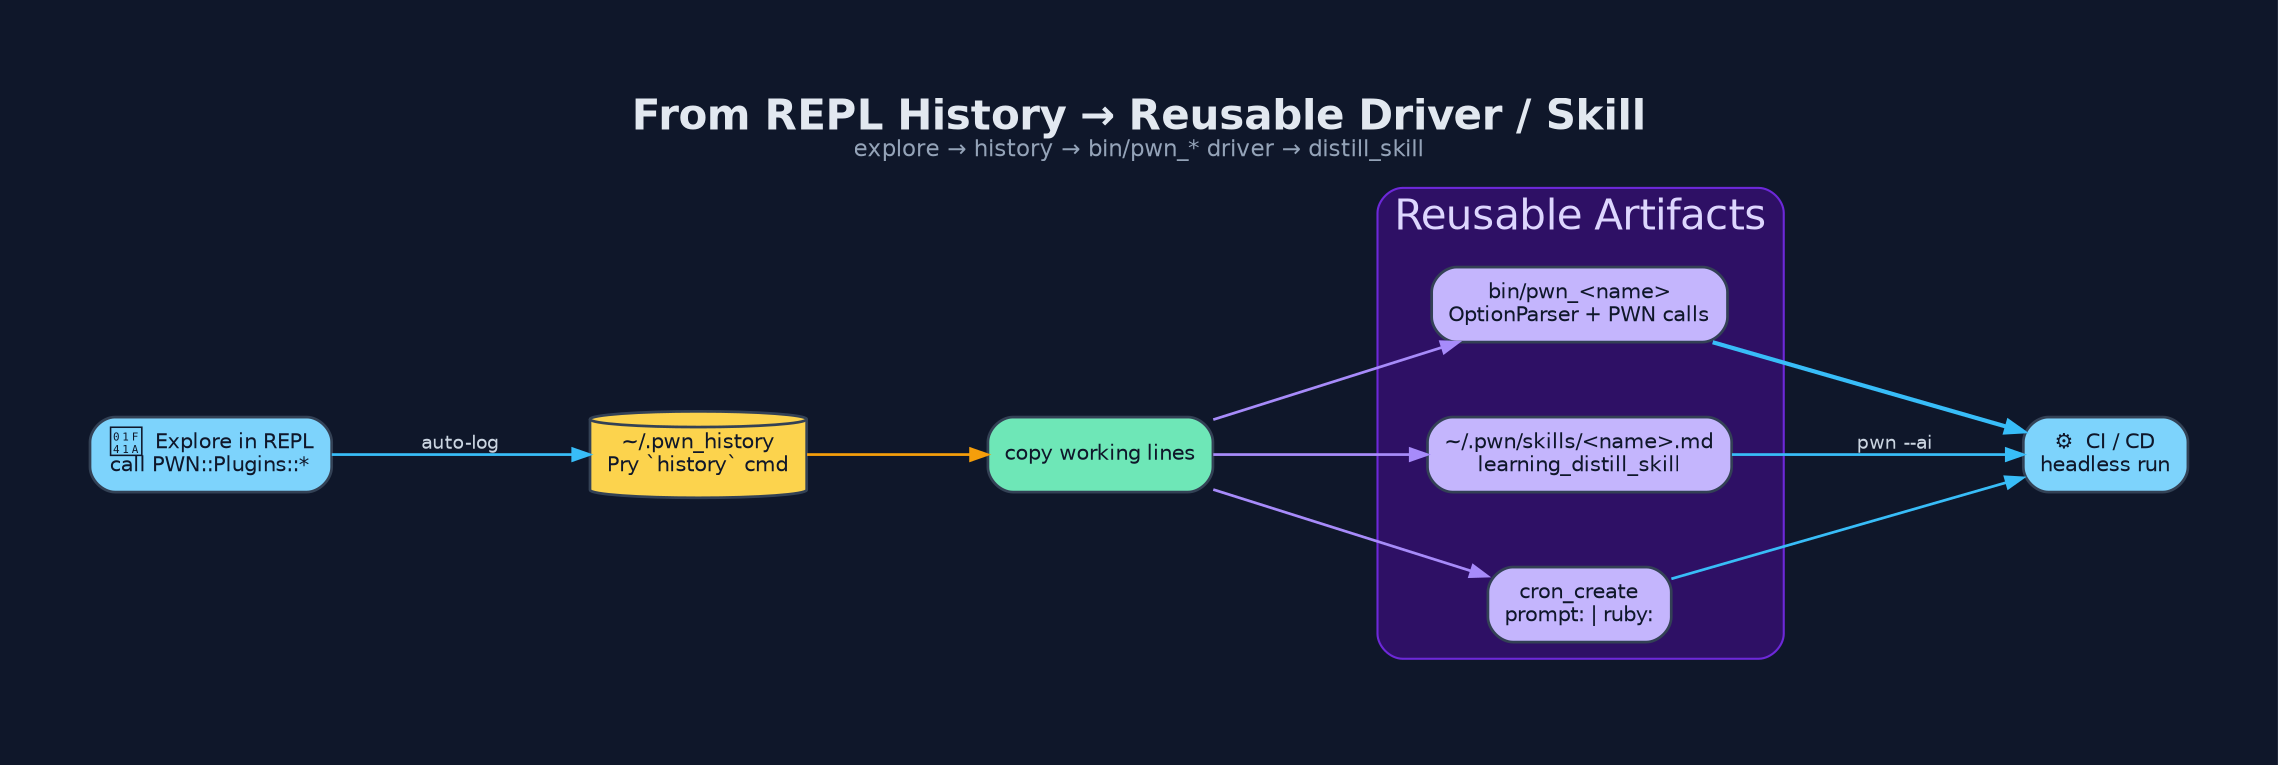
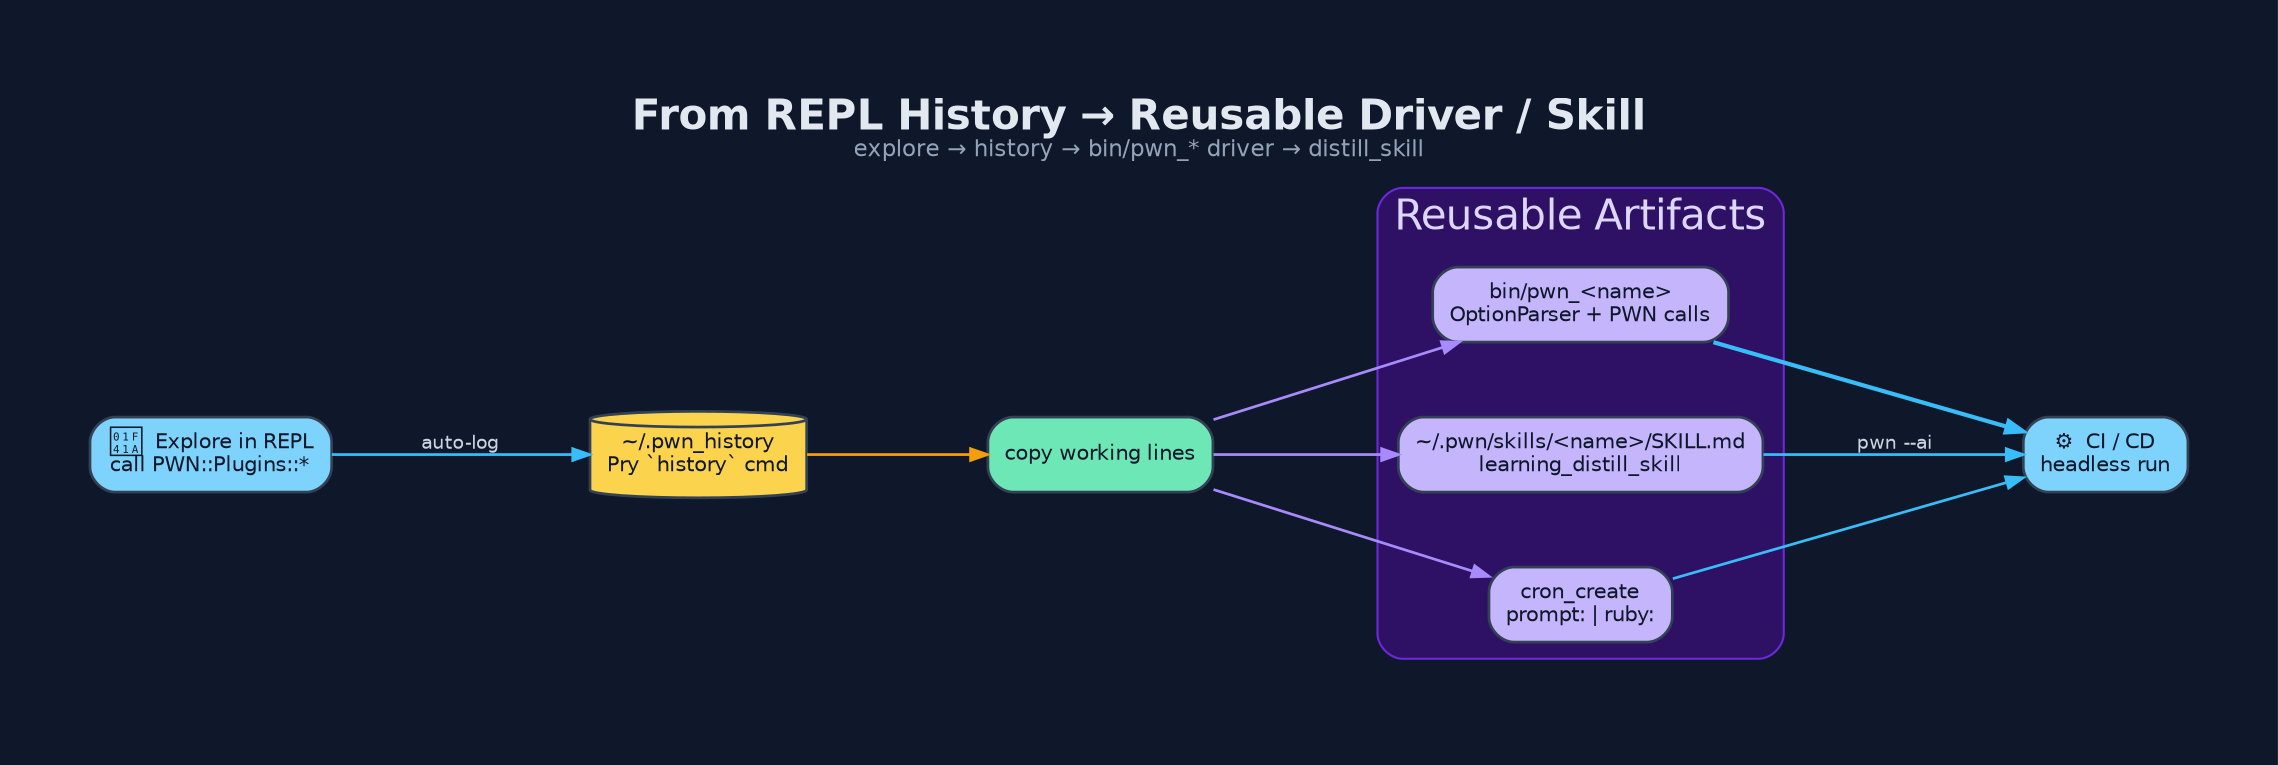
digraph "PWN_HistToDriver" {
  graph [
    label=<<B>From REPL History → Reusable Driver / Skill</B><BR/><FONT POINT-SIZE="11" COLOR="#94a3b8">explore → history → bin/pwn_* driver → distill_skill</FONT>>,
    labelloc=t, fontsize=20, fontname="Helvetica",
    rankdir=LR, splines=spline, nodesep=0.5, ranksep=1.2,
    bgcolor="#0f172a", fontcolor="#e2e8f0", pad=0.6, newrank=true
  ];
  node [fontname="Helvetica", fontsize=10, style="filled,rounded",
        shape=box, penwidth=1.3, color="#334155", fontcolor="#0f172a"];
  edge [fontname="Helvetica", fontsize=9, color="#94a3b8",
        fontcolor="#cbd5e1", penwidth=1.3, arrowsize=0.8];

  Explore [label="🐚  Explore in REPL\ncall PWN::Plugins::*", fillcolor="#7dd3fc"];
  Hist    [label="~/.pwn_history\nPry `history` cmd", shape=cylinder, fillcolor="#fcd34d"];
  Extract [label="copy working lines", fillcolor="#6ee7b7"];

  subgraph cluster_out {
    label="Reusable Artifacts"; fontcolor="#ddd6fe"; style=rounded;
    color="#6d28d9"; bgcolor="#2e1065";
    Driver [label="bin/pwn_<name>\nOptionParser + PWN calls", fillcolor="#c4b5fd"];
-     Skill  [label="~/.pwn/skills/<name>.md\nlearning_distill_skill",  fillcolor="#c4b5fd"];
+     Skill  [label="~/.pwn/skills/<name>/SKILL.md\nlearning_distill_skill",  fillcolor="#c4b5fd"];
    Cron   [label="cron_create\nprompt: | ruby:",              fillcolor="#c4b5fd"];
  }
  CI [label="⚙️  CI / CD\nheadless run", fillcolor="#7dd3fc"];

  Explore -> Hist    [label="auto-log", color="#38bdf8"];
  Hist    -> Extract [color="#f59e0b"];
  Extract -> Driver  [color="#a78bfa"];
  Extract -> Skill   [color="#a78bfa"];
  Extract -> Cron    [color="#a78bfa"];
  Driver  -> CI      [color="#38bdf8", penwidth=2];
  Skill   -> CI      [label="pwn --ai", color="#38bdf8"];
  Cron    -> CI      [color="#38bdf8"];
}
